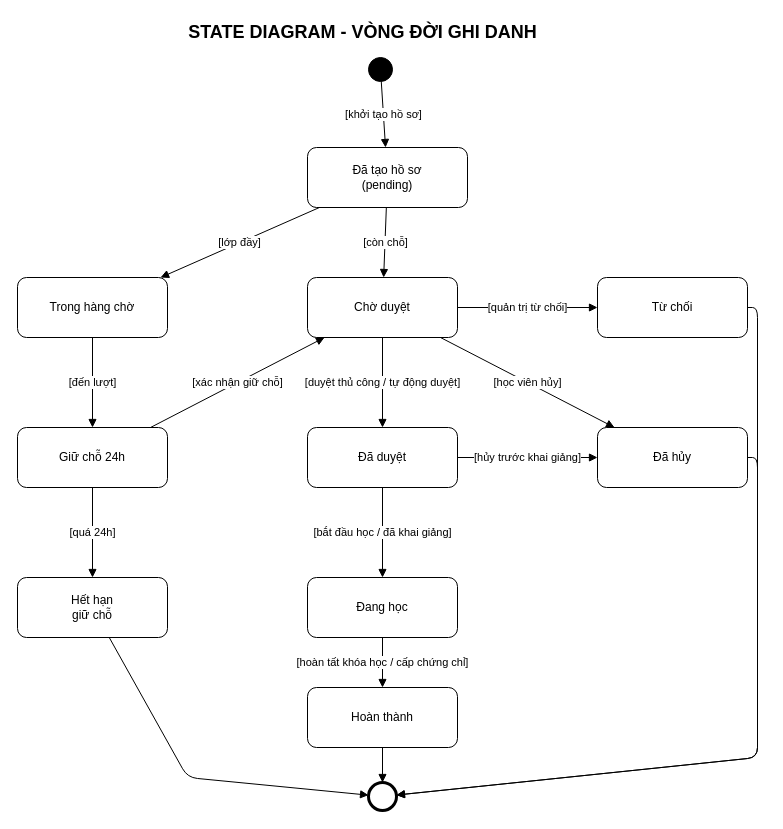
DangThanh2204/CongDangKy_KhaiTriEdu_Laravel- keeps this draw.io diagram as docs/uml/pages/11_state-enrollment.drawio. Above is the earlier version. Source tidied: cells renumbered, new cells numbered last; positions are measured from the earlier drawing's top-left corner, leaving out a move shared by most shapes. Both pictures are drawn from the tidied source at 100%, with x=0, y=0 at pixel (17, 17).
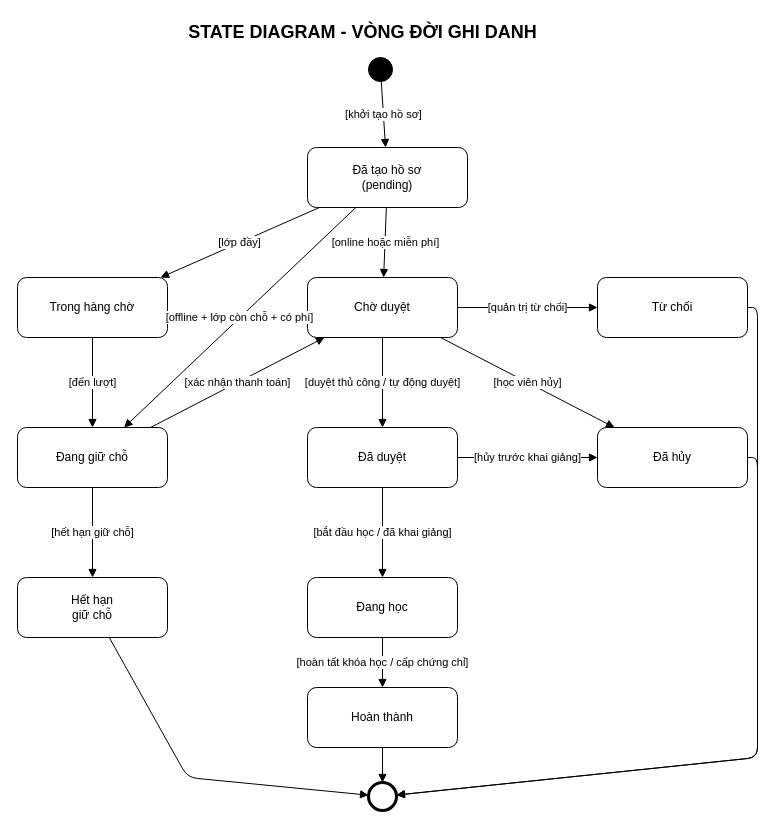
Above is the later version.

Commit message (it also covers changes not shown here):
docs(uml): cập nhật state/activity/sequence theo flow giữ chỗ trước thanh toán

The change refers to these unchanged cells:
```xml
<mxCell id="4" value="Đã tạo hồ sơ&#10;(pending)" style="rounded=1;whiteSpace=wrap;html=1;" parent="1" vertex="1">
  <mxGeometry x="290" y="130" width="160" height="60" as="geometry" />
</mxCell>
<mxCell id="6" value="Chờ duyệt" style="rounded=1;whiteSpace=wrap;html=1;" parent="1" vertex="1">
  <mxGeometry x="290" y="260" width="150" height="60" as="geometry" />
</mxCell>
<mxCell id="11" value="Hết hạn&#10;giữ chỗ" style="rounded=1;whiteSpace=wrap;html=1;" parent="1" vertex="1">
  <mxGeometry y="560" width="150" height="60" as="geometry" />
</mxCell>
```

Change to the diagram source:
```diff
@@
-    <mxCell id="8" value="Giữ chỗ 24h" style="rounded=1;whiteSpace=wrap;html=1;" parent="1" vertex="1">
+    <mxCell id="8" value="Đang giữ chỗ" style="rounded=1;whiteSpace=wrap;html=1;" parent="1" vertex="1">
       <mxGeometry y="410" width="150" height="60" as="geometry" />
     </mxCell>
@@
-    <mxCell id="17" value="[còn chỗ]" style="endArrow=block;html=1;" parent="1" edge="1" source="4" target="6">
+    <mxCell id="17" value="[online hoặc miễn phí]" style="endArrow=block;html=1;" parent="1" edge="1" source="4" target="6">
       <mxGeometry relative="1" as="geometry" />
     </mxCell>
@@
-    <mxCell id="19" value="[xác nhận giữ chỗ]" style="endArrow=block;html=1;" parent="1" edge="1" source="8" target="6">
+    <mxCell id="19" value="[xác nhận thanh toán]" style="endArrow=block;html=1;" parent="1" edge="1" source="8" target="6">
       <mxGeometry relative="1" as="geometry" />
     </mxCell>
-    <mxCell id="20" value="[quá 24h]" style="endArrow=block;html=1;" parent="1" edge="1" source="8" target="11">
+    <mxCell id="20" value="[hết hạn giữ chỗ]" style="endArrow=block;html=1;" parent="1" edge="1" source="8" target="11">
       <mxGeometry relative="1" as="geometry" />
     </mxCell>
+    <mxCell id="31" value="[offline + lớp còn chỗ + có phí]" style="endArrow=block;html=1;" parent="1" edge="1" source="4" target="8">
+      <mxGeometry relative="1" as="geometry" />
+    </mxCell>
```
